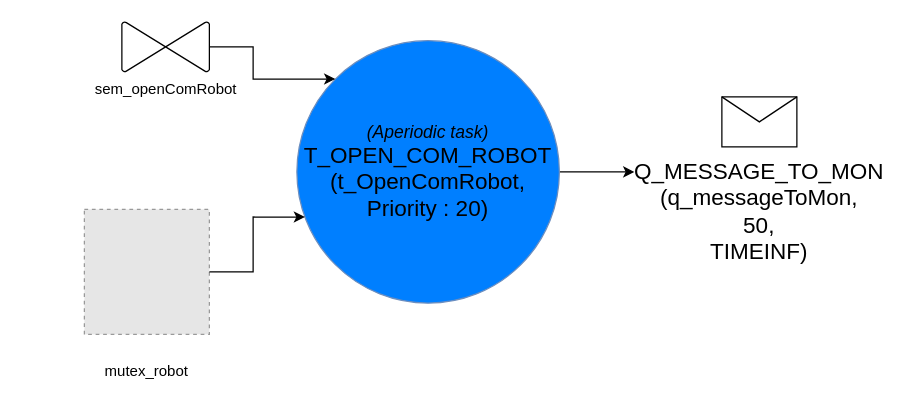
Before: perso/conception/T_OPEN_COM_ROBOT.drawio in NoNo47400/rt_dumber_depo, a draw.io diagram. Source tidied: cells renumbered, new cells numbered last; positions are measured from the earlier drawing's top-left corner, leaving out a move shared by most shapes. Both pictures are drawn from the tidied source at 125%, with x=0, y=0 at pixel (21, 21). Pictures stored in the file or linked from it are replaced by grey dashed boxes.
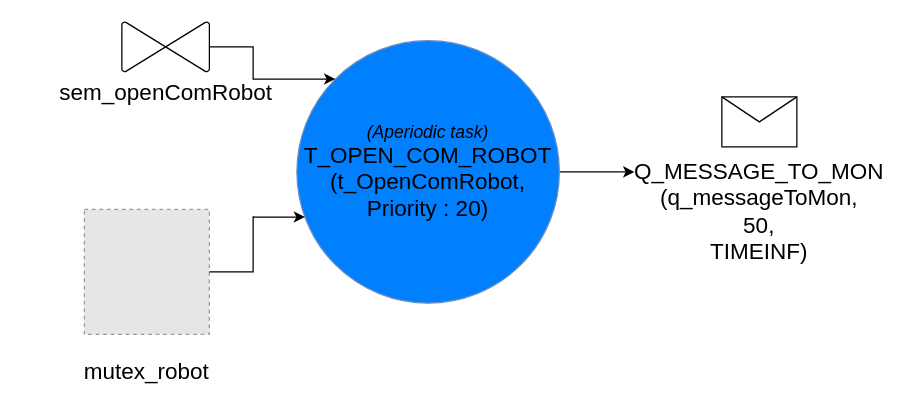
Above is the later version.

Diff of the diagram source:
```diff
@@
 <mxGraphModel>
   <root>
     <mxCell id="0" />
     <mxCell id="1" parent="0" />
     <mxCell id="2" style="edgeStyle=orthogonalEdgeStyle;rounded=0;jettySize=auto;html=1;entryX=0;entryY=0.5;entryDx=0;entryDy=0;" parent="1" edge="1" source="3" target="12">
       <mxGeometry relative="1" as="geometry" />
     </mxCell>
     <mxCell id="3" value="&lt;font&gt;&lt;i&gt;&lt;font style=&quot;font-size: 14px&quot;&gt;(Aperiodic task)&lt;br&gt;&lt;/font&gt;&lt;/i&gt;&lt;font size=&quot;4&quot;&gt;T_OPEN_COM_ROBOT&lt;/font&gt;&lt;br&gt;&lt;font size=&quot;4&quot;&gt;(t_OpenComRobot, Priority : 20)&lt;/font&gt;&lt;br&gt;&lt;/font&gt;" style="ellipse;whiteSpace=wrap;html=1;fillColor=#007FFF;strokeColor=#6c8ebf;" parent="1" vertex="1">
       <mxGeometry x="220" y="15" width="210" height="210" as="geometry" />
     </mxCell>
     <mxCell id="4" style="edgeStyle=orthogonalEdgeStyle;rounded=0;jettySize=auto;html=1;entryX=0;entryY=0;entryDx=0;entryDy=0;" parent="1" edge="1" source="5" target="3">
       <mxGeometry relative="1" as="geometry" />
     </mxCell>
-    <mxCell id="5" value="sem_openComRobot" style="verticalLabelPosition=bottom;verticalAlign=top;html=1;shape=mxgraph.flowchart.collate;direction=south;rotation=0;" parent="1" vertex="1">
+    <mxCell id="5" value="&lt;font style=&quot;font-size: 18px;&quot;&gt;sem_openComRobot&lt;/font&gt;" style="verticalLabelPosition=bottom;verticalAlign=top;html=1;shape=mxgraph.flowchart.collate;direction=south;rotation=0;" parent="1" vertex="1">
       <mxGeometry x="80" width="70" height="40" as="geometry" />
     </mxCell>
     <mxCell id="6" style="group;" parent="1" vertex="1">
       <mxGeometry y="150" width="200" height="140" as="geometry" />
     </mxCell>
     <mxCell id="7" style="fillColor=#E6E6E6;strokeColor=#999999;dashed=1;verticalLabelPosition=bottom;labelBackgroundColor=#ffffff;verticalAlign=top;" parent="6" vertex="1">
       <mxGeometry x="50" width="100" height="100" as="geometry" />
     </mxCell>
-    <mxCell id="8" value="mutex_robot" style="text;html=1;strokeColor=none;fillColor=none;align=center;verticalAlign=middle;whiteSpace=wrap;rounded=0;" parent="6" vertex="1">
+    <mxCell id="8" value="&lt;font style=&quot;font-size: 18px;&quot;&gt;mutex_robot&lt;/font&gt;" style="text;html=1;strokeColor=none;fillColor=none;align=center;verticalAlign=middle;whiteSpace=wrap;rounded=0;" parent="6" vertex="1">
       <mxGeometry y="120" width="200" height="20" as="geometry" />
     </mxCell>
     <mxCell id="9" style="edgeStyle=orthogonalEdgeStyle;rounded=0;jettySize=auto;html=1;entryX=0.031;entryY=0.672;entryDx=0;entryDy=0;entryPerimeter=0;" parent="1" edge="1" source="7" target="3">
       <mxGeometry relative="1" as="geometry" />
     </mxCell>
     <mxCell id="10" style="group;" parent="1" vertex="1">
       <mxGeometry x="490" y="60" width="200" height="70" as="geometry" />
     </mxCell>
     <mxCell id="11" style="shape=message;html=1;whiteSpace=wrap;html=1;" parent="10" vertex="1">
       <mxGeometry x="70" width="60" height="40" as="geometry" />
     </mxCell>
     <mxCell id="12" value="&lt;font style=&quot;font-size: 18px&quot;&gt;&lt;br&gt;&lt;br&gt;&lt;br&gt;Q_MESSAGE_TO_MON&lt;br&gt;(q_messageToMon,&lt;br&gt;50,&lt;br&gt;TIMEINF)&lt;br&gt;&lt;/font&gt;" style="text;html=1;strokeColor=none;fillColor=none;align=center;verticalAlign=middle;whiteSpace=wrap;rounded=0;" parent="10" vertex="1">
       <mxGeometry y="50" width="200" height="20" as="geometry" />
     </mxCell>
   </root>
 </mxGraphModel>
```
